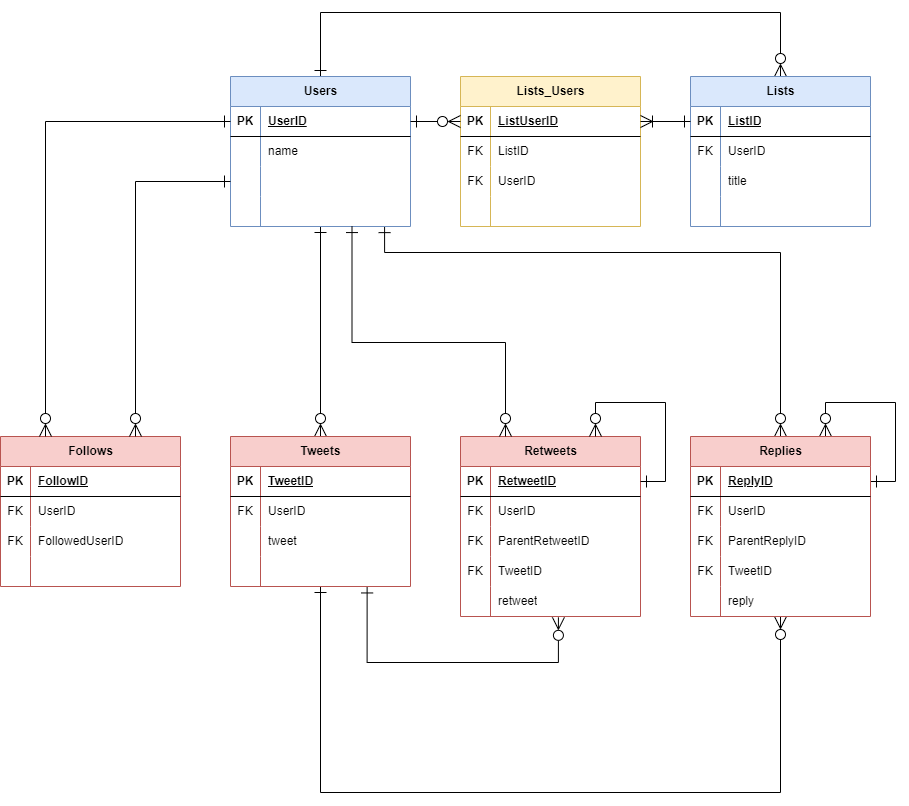
Before: Twitter.drawio.png, a diagram exported from draw.io (npakk/fjord-database-erd-practice). Source tidied: cells renumbered, new cells last; positions are measured from the earlier drawing's top-left corner, leaving out a move shared by most shapes.
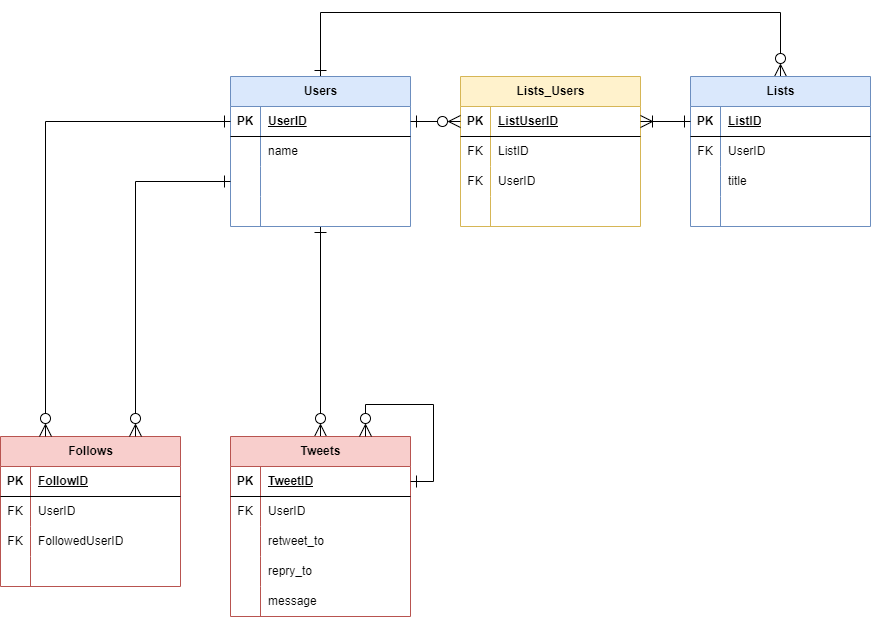
After the change.

Commit message:
Twitter.drawio.png を更新します

Diff of the diagram source:
```diff
@@ -2,15 +2,6 @@
   <root>
     <mxCell id="0" />
     <mxCell id="1" parent="0" />
-    <mxCell id="2" style="edgeStyle=orthogonalEdgeStyle;rounded=0;jettySize=auto;html=1;entryX=0.75;entryY=0;entryDx=0;entryDy=0;exitX=1;exitY=0.5;exitDx=0;exitDy=0;endSize=10;startSize=10;endArrow=ERzeroToMany;endFill=0;startArrow=ERone;startFill=0;" parent="1" edge="1" source="35" target="34">
-      <mxGeometry relative="1" as="geometry">
-        <Array as="points">
-          <mxPoint x="895" y="469" />
-          <mxPoint x="895" y="390" />
-          <mxPoint x="825" y="390" />
-        </Array>
-      </mxGeometry>
-    </mxCell>
     <mxCell id="3" style="edgeStyle=orthogonalEdgeStyle;rounded=0;jettySize=auto;html=1;exitX=0.5;exitY=0;exitDx=0;exitDy=0;entryX=0.5;entryY=0;entryDx=0;entryDy=0;endSize=10;startSize=10;endArrow=ERzeroToMany;endFill=0;startArrow=ERone;startFill=0;" parent="1" edge="1" source="6" target="63">
       <mxGeometry relative="1" as="geometry">
         <Array as="points">
@@ -22,14 +13,6 @@
     <mxCell id="4" style="edgeStyle=orthogonalEdgeStyle;rounded=0;jettySize=auto;html=1;entryX=0.5;entryY=0;entryDx=0;entryDy=0;endSize=10;startSize=10;endArrow=ERzeroToMany;endFill=0;startArrow=ERone;startFill=0;" parent="1" edge="1" source="6" target="21">
       <mxGeometry relative="1" as="geometry" />
     </mxCell>
-    <mxCell id="5" style="edgeStyle=orthogonalEdgeStyle;rounded=0;jettySize=auto;html=1;entryX=0.5;entryY=0;entryDx=0;entryDy=0;exitX=0.856;exitY=1.004;exitDx=0;exitDy=0;exitPerimeter=0;endSize=10;startSize=10;endArrow=ERzeroToMany;endFill=0;startArrow=ERone;startFill=0;" parent="1" edge="1" source="16" target="34">
-      <mxGeometry relative="1" as="geometry">
-        <Array as="points">
-          <mxPoint x="384" y="240" />
-          <mxPoint x="780" y="240" />
-        </Array>
-      </mxGeometry>
-    </mxCell>
     <mxCell id="6" value="Users" style="shape=table;startSize=30;rowLines=0;fontStyle=1;align=center;html=1;fillColor=#dae8fc;strokeColor=#6c8ebf;" parent="1" vertex="1">
       <mxGeometry x="230" y="64" width="180" height="150" as="geometry" />
     </mxCell>
@@ -69,24 +52,8 @@
     <mxCell id="18" style="shape=partialRectangle;fillColor=none;top=0;left=0;bottom=0;right=0;align=left;spacingLeft=6;overflow=hidden;whiteSpace=wrap;html=1;" parent="16" vertex="1">
       <mxGeometry x="30" width="150" height="30" as="geometry" />
     </mxCell>
-    <mxCell id="19" style="edgeStyle=orthogonalEdgeStyle;rounded=0;jettySize=auto;html=1;exitX=0.759;exitY=1.015;exitDx=0;exitDy=0;exitPerimeter=0;entryX=0.544;entryY=1.028;entryDx=0;entryDy=0;entryPerimeter=0;endSize=10;startSize=10;endArrow=ERzeroToMany;endFill=0;startArrow=ERone;startFill=0;" parent="1" edge="1" source="31" target="107">
-      <mxGeometry relative="1" as="geometry">
-        <Array as="points">
-          <mxPoint x="367" y="650" />
-          <mxPoint x="558" y="650" />
-        </Array>
-      </mxGeometry>
-    </mxCell>
-    <mxCell id="20" style="edgeStyle=orthogonalEdgeStyle;rounded=0;jettySize=auto;html=1;entryX=0.5;entryY=1;entryDx=0;entryDy=0;endSize=10;startSize=10;endArrow=ERzeroToMany;endFill=0;startArrow=ERone;startFill=0;" parent="1" edge="1" source="21" target="34">
-      <mxGeometry relative="1" as="geometry">
-        <Array as="points">
-          <mxPoint x="320" y="780" />
-          <mxPoint x="780" y="780" />
-        </Array>
-      </mxGeometry>
-    </mxCell>
     <mxCell id="21" value="Tweets" style="shape=table;startSize=30;rowLines=0;fontStyle=1;align=center;html=1;fillColor=#f8cecc;strokeColor=#b85450;" parent="1" vertex="1">
-      <mxGeometry x="230" y="424" width="180" height="150" as="geometry" />
+      <mxGeometry x="230" y="424" width="180" height="180" as="geometry" />
     </mxCell>
     <mxCell id="22" style="shape=tableRow;horizontal=0;startSize=0;swimlaneHead=0;swimlaneBody=0;fillColor=none;points=[[0,0.5],[1,0.5]];portConstraint=eastwest;top=0;left=0;right=0;bottom=1;" parent="21" vertex="1">
       <mxGeometry y="30" width="180" height="30" as="geometry" />
@@ -112,7 +79,7 @@
     <mxCell id="29" style="shape=partialRectangle;fillColor=none;top=0;left=0;bottom=0;right=0;overflow=hidden;whiteSpace=wrap;html=1;" parent="28" vertex="1">
       <mxGeometry width="30" height="30" as="geometry" />
     </mxCell>
-    <mxCell id="30" value="tweet" style="shape=partialRectangle;fillColor=none;top=0;left=0;bottom=0;right=0;align=left;spacingLeft=6;overflow=hidden;whiteSpace=wrap;html=1;" parent="28" vertex="1">
+    <mxCell id="30" value="retweet_to" style="shape=partialRectangle;fillColor=none;top=0;left=0;bottom=0;right=0;align=left;spacingLeft=6;overflow=hidden;whiteSpace=wrap;html=1;" parent="28" vertex="1">
       <mxGeometry x="30" width="150" height="30" as="geometry" />
     </mxCell>
     <mxCell id="31" style="shape=tableRow;horizontal=0;startSize=0;swimlaneHead=0;swimlaneBody=0;fillColor=none;points=[[0,0.5],[1,0.5]];portConstraint=eastwest;top=0;left=0;right=0;bottom=0;" parent="21" vertex="1">
@@ -121,57 +88,27 @@
     <mxCell id="32" style="shape=partialRectangle;fillColor=none;top=0;left=0;bottom=0;right=0;overflow=hidden;whiteSpace=wrap;html=1;" parent="31" vertex="1">
       <mxGeometry width="30" height="30" as="geometry" />
     </mxCell>
-    <mxCell id="33" style="shape=partialRectangle;fillColor=none;top=0;left=0;bottom=0;right=0;align=left;spacingLeft=6;overflow=hidden;whiteSpace=wrap;html=1;" parent="31" vertex="1">
+    <mxCell id="33" value="repry_to" style="shape=partialRectangle;fillColor=none;top=0;left=0;bottom=0;right=0;align=left;spacingLeft=6;overflow=hidden;whiteSpace=wrap;html=1;" parent="31" vertex="1">
       <mxGeometry x="30" width="150" height="30" as="geometry" />
     </mxCell>
-    <mxCell id="34" value="Replies" style="shape=table;startSize=30;rowLines=0;fontStyle=1;align=center;html=1;fillColor=#f8cecc;strokeColor=#b85450;" parent="1" vertex="1">
-      <mxGeometry x="690" y="424" width="180" height="180" as="geometry" />
-    </mxCell>
-    <mxCell id="35" style="shape=tableRow;horizontal=0;startSize=0;swimlaneHead=0;swimlaneBody=0;fillColor=none;points=[[0,0.5],[1,0.5]];portConstraint=eastwest;top=0;left=0;right=0;bottom=1;" parent="34" vertex="1">
-      <mxGeometry y="30" width="180" height="30" as="geometry" />
-    </mxCell>
-    <mxCell id="36" value="PK" style="shape=partialRectangle;fillColor=none;top=0;left=0;bottom=0;right=0;fontStyle=1;overflow=hidden;whiteSpace=wrap;html=1;" parent="35" vertex="1">
-      <mxGeometry width="30" height="30" as="geometry" />
-    </mxCell>
-    <mxCell id="37" value="ReplyID" style="shape=partialRectangle;fillColor=none;top=0;left=0;bottom=0;right=0;align=left;spacingLeft=6;fontStyle=5;overflow=hidden;whiteSpace=wrap;html=1;" parent="35" vertex="1">
-      <mxGeometry x="30" width="150" height="30" as="geometry" />
-    </mxCell>
-    <mxCell id="38" style="shape=tableRow;horizontal=0;startSize=0;swimlaneHead=0;swimlaneBody=0;fillColor=none;top=0;left=0;right=0;bottom=0;" parent="34" vertex="1">
-      <mxGeometry y="60" width="180" height="30" as="geometry" />
-    </mxCell>
-    <mxCell id="39" value="FK" style="shape=partialRectangle;fillColor=none;top=0;left=0;bottom=0;right=0;overflow=hidden;whiteSpace=wrap;html=1;" parent="38" vertex="1">
-      <mxGeometry width="30" height="30" as="geometry" />
-    </mxCell>
-    <mxCell id="40" value="UserID" style="shape=partialRectangle;fillColor=none;top=0;left=0;bottom=0;right=0;align=left;spacingLeft=6;overflow=hidden;whiteSpace=wrap;html=1;" parent="38" vertex="1">
-      <mxGeometry x="30" width="150" height="30" as="geometry" />
-    </mxCell>
-    <mxCell id="41" style="shape=tableRow;horizontal=0;startSize=0;swimlaneHead=0;swimlaneBody=0;fillColor=none;top=0;left=0;right=0;bottom=0;" parent="34" vertex="1">
-      <mxGeometry y="90" width="180" height="30" as="geometry" />
-    </mxCell>
-    <mxCell id="42" value="FK" style="shape=partialRectangle;fillColor=none;top=0;left=0;bottom=0;right=0;overflow=hidden;whiteSpace=wrap;html=1;" parent="41" vertex="1">
-      <mxGeometry width="30" height="30" as="geometry" />
-    </mxCell>
-    <mxCell id="43" value="ParentReplyID" style="shape=partialRectangle;fillColor=none;top=0;left=0;bottom=0;right=0;align=left;spacingLeft=6;overflow=hidden;whiteSpace=wrap;html=1;" parent="41" vertex="1">
-      <mxGeometry x="30" width="150" height="30" as="geometry" />
-    </mxCell>
-    <mxCell id="44" style="shape=tableRow;horizontal=0;startSize=0;swimlaneHead=0;swimlaneBody=0;fillColor=none;top=0;left=0;right=0;bottom=0;" parent="34" vertex="1">
-      <mxGeometry y="120" width="180" height="30" as="geometry" />
-    </mxCell>
-    <mxCell id="45" value="FK" style="shape=partialRectangle;fillColor=none;top=0;left=0;bottom=0;right=0;overflow=hidden;whiteSpace=wrap;html=1;" parent="44" vertex="1">
-      <mxGeometry width="30" height="30" as="geometry" />
-    </mxCell>
-    <mxCell id="46" value="TweetID" style="shape=partialRectangle;fillColor=none;top=0;left=0;bottom=0;right=0;align=left;spacingLeft=6;overflow=hidden;whiteSpace=wrap;html=1;" parent="44" vertex="1">
-      <mxGeometry x="30" width="150" height="30" as="geometry" />
-    </mxCell>
-    <mxCell id="47" style="shape=tableRow;horizontal=0;startSize=0;swimlaneHead=0;swimlaneBody=0;fillColor=none;top=0;left=0;right=0;bottom=0;" parent="34" vertex="1">
-      <mxGeometry y="150" width="180" height="30" as="geometry" />
-    </mxCell>
-    <mxCell id="48" style="shape=partialRectangle;fillColor=none;top=0;left=0;bottom=0;right=0;overflow=hidden;whiteSpace=wrap;html=1;" parent="47" vertex="1">
-      <mxGeometry width="30" height="30" as="geometry" />
-    </mxCell>
-    <mxCell id="49" value="reply" style="shape=partialRectangle;fillColor=none;top=0;left=0;bottom=0;right=0;align=left;spacingLeft=6;overflow=hidden;whiteSpace=wrap;html=1;" parent="47" vertex="1">
-      <mxGeometry x="30" width="150" height="30" as="geometry" />
-    </mxCell>
+    <mxCell id="112" style="shape=tableRow;horizontal=0;startSize=0;swimlaneHead=0;swimlaneBody=0;fillColor=none;top=0;left=0;right=0;bottom=0;" parent="21" vertex="1">
+      <mxGeometry y="150" width="180" height="30" as="geometry" />
+    </mxCell>
+    <mxCell id="113" style="shape=partialRectangle;fillColor=none;top=0;left=0;bottom=0;right=0;overflow=hidden;whiteSpace=wrap;html=1;" parent="112" vertex="1">
+      <mxGeometry width="30" height="30" as="geometry" />
+    </mxCell>
+    <mxCell id="114" value="message" style="shape=partialRectangle;fillColor=none;top=0;left=0;bottom=0;right=0;align=left;spacingLeft=6;overflow=hidden;whiteSpace=wrap;html=1;" parent="112" vertex="1">
+      <mxGeometry x="30" width="150" height="30" as="geometry" />
+    </mxCell>
+    <mxCell id="111" style="edgeStyle=orthogonalEdgeStyle;rounded=0;jettySize=auto;html=1;exitX=1;exitY=0.5;exitDx=0;exitDy=0;entryX=0.75;entryY=0;entryDx=0;entryDy=0;endSize=10;startSize=10;endArrow=ERzeroToMany;endFill=0;startArrow=ERone;startFill=0;" parent="21" edge="1" source="22" target="21">
+      <mxGeometry relative="1" as="geometry">
+        <Array as="points">
+          <mxPoint x="203" y="45" />
+          <mxPoint x="203" y="-32" />
+          <mxPoint x="135" y="-32" />
+        </Array>
+      </mxGeometry>
+    </mxCell>
     <mxCell id="50" value="Follows" style="shape=table;startSize=30;rowLines=0;fontStyle=1;align=center;html=1;fillColor=#f8cecc;strokeColor=#b85450;" parent="1" vertex="1">
       <mxGeometry y="424" width="180" height="150" as="geometry" />
     </mxCell>
@@ -303,79 +240,11 @@
         </Array>
       </mxGeometry>
     </mxCell>
-    <mxCell id="91" style="edgeStyle=orthogonalEdgeStyle;rounded=0;jettySize=auto;html=1;entryX=0.5;entryY=0;entryDx=0;entryDy=0;endSize=10;startSize=10;endArrow=ERzeroToMany;endFill=0;startArrow=ERone;startFill=0;" parent="1" edge="1" target="34">
-      <mxGeometry relative="1" as="geometry" />
-    </mxCell>
     <mxCell id="92" style="edgeStyle=orthogonalEdgeStyle;rounded=0;jettySize=auto;html=1;exitX=1;exitY=0.5;exitDx=0;exitDy=0;entryX=0;entryY=0.5;entryDx=0;entryDy=0;endSize=10;startSize=10;endArrow=ERzeroToMany;endFill=0;startArrow=ERone;startFill=0;" parent="1" edge="1" source="7" target="77">
       <mxGeometry relative="1" as="geometry" />
     </mxCell>
     <mxCell id="93" style="edgeStyle=orthogonalEdgeStyle;rounded=0;jettySize=auto;html=1;entryX=1;entryY=0.5;entryDx=0;entryDy=0;endSize=10;startSize=10;endArrow=ERoneToMany;endFill=0;startArrow=ERone;startFill=0;" parent="1" edge="1" source="64" target="77">
       <mxGeometry relative="1" as="geometry" />
     </mxCell>
-    <mxCell id="94" value="Retweets" style="shape=table;startSize=30;rowLines=0;fontStyle=1;align=center;html=1;fillColor=#f8cecc;strokeColor=#b85450;" parent="1" vertex="1">
-      <mxGeometry x="460" y="424" width="180" height="180" as="geometry" />
-    </mxCell>
-    <mxCell id="95" style="shape=tableRow;horizontal=0;startSize=0;swimlaneHead=0;swimlaneBody=0;fillColor=none;top=0;left=0;right=0;bottom=1;" parent="94" vertex="1">
-      <mxGeometry y="30" width="180" height="30" as="geometry" />
-    </mxCell>
-    <mxCell id="96" value="PK" style="shape=partialRectangle;fillColor=none;top=0;left=0;bottom=0;right=0;fontStyle=1;overflow=hidden;whiteSpace=wrap;html=1;" parent="95" vertex="1">
-      <mxGeometry width="30" height="30" as="geometry" />
-    </mxCell>
-    <mxCell id="97" value="RetweetID" style="shape=partialRectangle;fillColor=none;top=0;left=0;bottom=0;right=0;align=left;spacingLeft=6;fontStyle=5;overflow=hidden;whiteSpace=wrap;html=1;" parent="95" vertex="1">
-      <mxGeometry x="30" width="150" height="30" as="geometry" />
-    </mxCell>
-    <mxCell id="98" style="shape=tableRow;horizontal=0;startSize=0;swimlaneHead=0;swimlaneBody=0;fillColor=none;top=0;left=0;right=0;bottom=0;" parent="94" vertex="1">
-      <mxGeometry y="60" width="180" height="30" as="geometry" />
-    </mxCell>
-    <mxCell id="99" value="FK" style="shape=partialRectangle;fillColor=none;top=0;left=0;bottom=0;right=0;overflow=hidden;whiteSpace=wrap;html=1;" parent="98" vertex="1">
-      <mxGeometry width="30" height="30" as="geometry" />
-    </mxCell>
-    <mxCell id="100" value="UserID" style="shape=partialRectangle;fillColor=none;top=0;left=0;bottom=0;right=0;align=left;spacingLeft=6;overflow=hidden;whiteSpace=wrap;html=1;" parent="98" vertex="1">
-      <mxGeometry x="30" width="150" height="30" as="geometry" />
-    </mxCell>
-    <mxCell id="101" style="shape=tableRow;horizontal=0;startSize=0;swimlaneHead=0;swimlaneBody=0;fillColor=none;top=0;left=0;right=0;bottom=0;" parent="94" vertex="1">
-      <mxGeometry y="90" width="180" height="30" as="geometry" />
-    </mxCell>
-    <mxCell id="102" value="FK" style="shape=partialRectangle;fillColor=none;top=0;left=0;bottom=0;right=0;overflow=hidden;whiteSpace=wrap;html=1;" parent="101" vertex="1">
-      <mxGeometry width="30" height="30" as="geometry" />
-    </mxCell>
-    <mxCell id="103" value="ParentRetweetID" style="shape=partialRectangle;fillColor=none;top=0;left=0;bottom=0;right=0;align=left;spacingLeft=6;overflow=hidden;whiteSpace=wrap;html=1;" parent="101" vertex="1">
-      <mxGeometry x="30" width="150" height="30" as="geometry" />
-    </mxCell>
-    <mxCell id="104" style="shape=tableRow;horizontal=0;startSize=0;swimlaneHead=0;swimlaneBody=0;fillColor=none;top=0;left=0;right=0;bottom=0;" parent="94" vertex="1">
-      <mxGeometry y="120" width="180" height="30" as="geometry" />
-    </mxCell>
-    <mxCell id="105" value="FK" style="shape=partialRectangle;fillColor=none;top=0;left=0;bottom=0;right=0;overflow=hidden;whiteSpace=wrap;html=1;" parent="104" vertex="1">
-      <mxGeometry width="30" height="30" as="geometry" />
-    </mxCell>
-    <mxCell id="106" value="TweetID" style="shape=partialRectangle;fillColor=none;top=0;left=0;bottom=0;right=0;align=left;spacingLeft=6;overflow=hidden;whiteSpace=wrap;html=1;" parent="104" vertex="1">
-      <mxGeometry x="30" width="150" height="30" as="geometry" />
-    </mxCell>
-    <mxCell id="107" style="shape=tableRow;horizontal=0;startSize=0;swimlaneHead=0;swimlaneBody=0;fillColor=none;points=[[0,0.5],[1,0.5]];portConstraint=eastwest;top=0;left=0;right=0;bottom=0;" parent="94" vertex="1">
-      <mxGeometry y="150" width="180" height="30" as="geometry" />
-    </mxCell>
-    <mxCell id="108" style="shape=partialRectangle;fillColor=none;top=0;left=0;bottom=0;right=0;overflow=hidden;whiteSpace=wrap;html=1;" parent="107" vertex="1">
-      <mxGeometry width="30" height="30" as="geometry" />
-    </mxCell>
-    <mxCell id="109" value="retweet" style="shape=partialRectangle;fillColor=none;top=0;left=0;bottom=0;right=0;align=left;spacingLeft=6;overflow=hidden;whiteSpace=wrap;html=1;" parent="107" vertex="1">
-      <mxGeometry x="30" width="150" height="30" as="geometry" />
-    </mxCell>
-    <mxCell id="110" style="edgeStyle=orthogonalEdgeStyle;rounded=0;jettySize=auto;html=1;entryX=0.25;entryY=0;entryDx=0;entryDy=0;exitX=0.675;exitY=1.002;exitDx=0;exitDy=0;exitPerimeter=0;endSize=10;startSize=10;endArrow=ERzeroToMany;endFill=0;startArrow=ERone;startFill=0;" parent="1" edge="1" source="16" target="94">
-      <mxGeometry relative="1" as="geometry">
-        <Array as="points">
-          <mxPoint x="351" y="330" />
-          <mxPoint x="505" y="330" />
-        </Array>
-      </mxGeometry>
-    </mxCell>
-    <mxCell id="111" style="edgeStyle=orthogonalEdgeStyle;rounded=0;orthogonalLoop=1;jettySize=auto;html=1;exitX=1;exitY=0.25;exitDx=0;exitDy=0;entryX=0.75;entryY=0;entryDx=0;entryDy=0;endSize=10;startSize=10;endArrow=ERzeroToMany;endFill=0;startArrow=ERone;startFill=0;" parent="1" edge="1" source="94" target="94">
-      <mxGeometry relative="1" as="geometry">
-        <Array as="points">
-          <mxPoint x="665" y="469" />
-          <mxPoint x="665" y="390" />
-          <mxPoint x="595" y="390" />
-        </Array>
-      </mxGeometry>
-    </mxCell>
   </root>
 </mxGraphModel>
```
